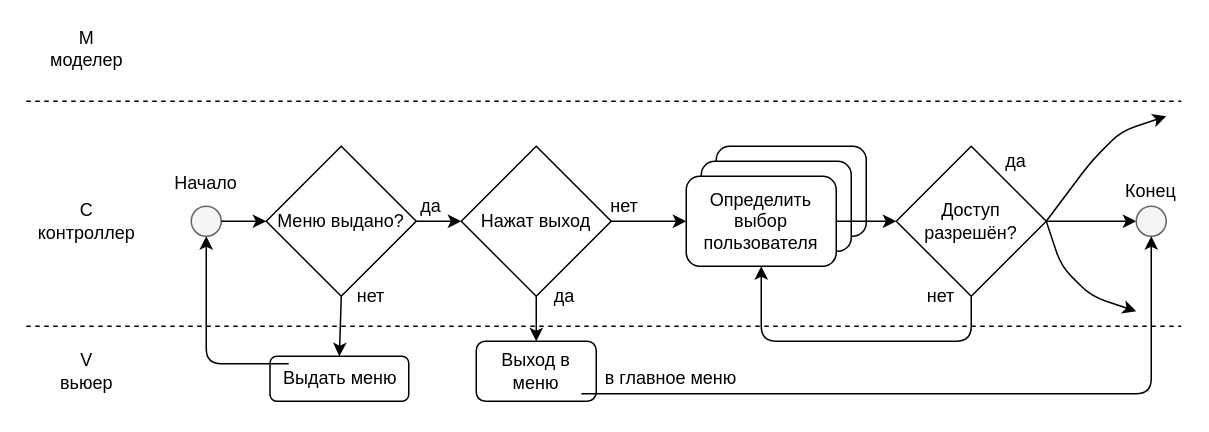
The draw.io diagram 5_semestr/Term project information systems reports/Главное меню.drawio in Dishulka/University, before the edit. Source tidied: cells renumbered, new cells numbered last; positions are measured from the earlier drawing's top-left corner, leaving out a move shared by most shapes. Both pictures are drawn from the tidied source at 150%, with x=0, y=0 at pixel (26, 26).
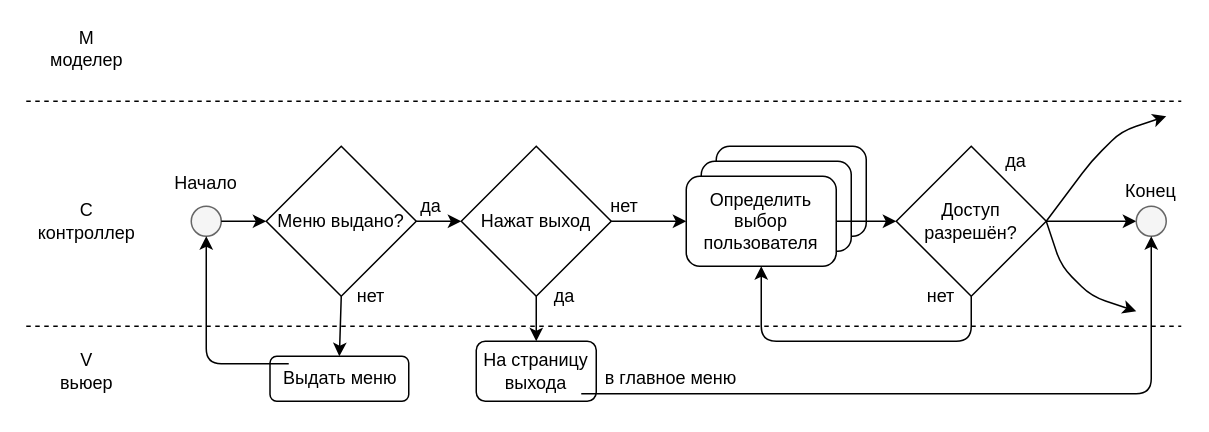
Above is the later version.

Change to the diagram source:
```diff
@@
-    <mxCell id="6" value="Выход в меню" style="rounded=1;whiteSpace=wrap;html=1;" parent="1" vertex="1">
+    <mxCell id="6" value="На страницу выхода" style="rounded=1;whiteSpace=wrap;html=1;" parent="1" vertex="1">
       <mxGeometry x="300" y="210" width="80" height="40" as="geometry" />
     </mxCell>
```
